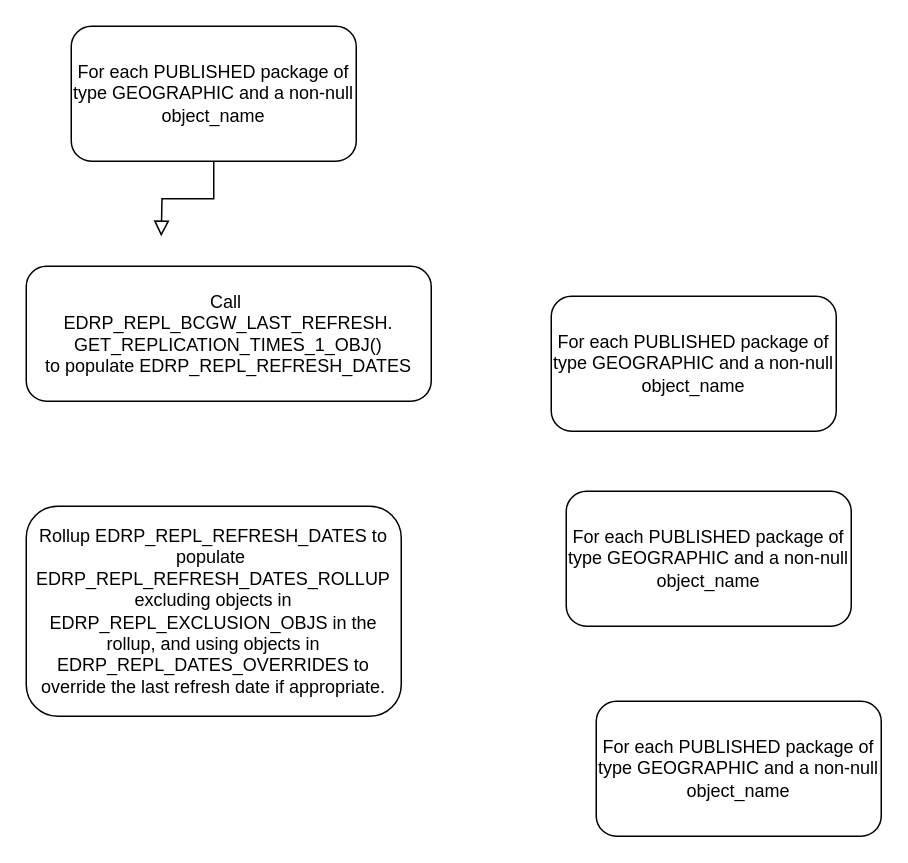
The draw.io diagram Processing Flow.drawio in mdunhamwilkie/bcgw-last-refresh-date, before the edit. Source tidied: cells renumbered, new cells numbered last; positions are measured from the earlier drawing's top-left corner, leaving out a move shared by most shapes. Both pictures are drawn from the tidied source at 150%, with x=0, y=0 at pixel (26, 26).
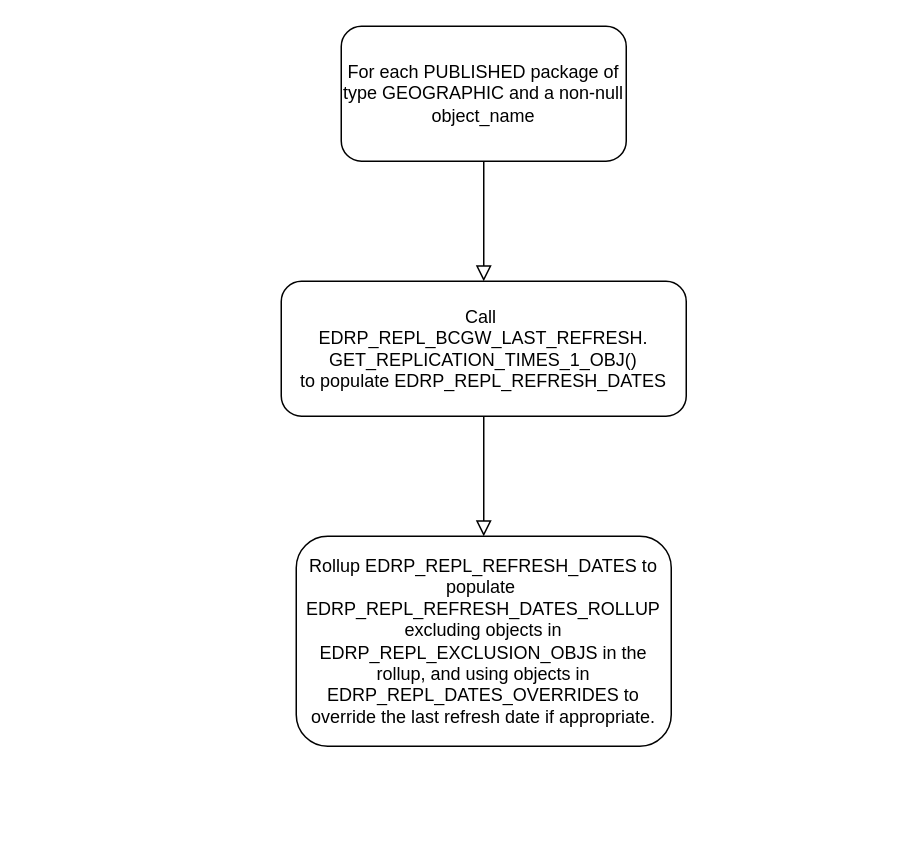
The same page after the edit.

Change to the diagram source:
```diff
@@
 <mxGraphModel>
   <root>
     <mxCell id="0" />
     <mxCell id="1" parent="0" />
-    <mxCell id="2" style="rounded=0;html=1;jettySize=auto;fontSize=11;endArrow=block;endFill=0;endSize=8;strokeWidth=1;shadow=0;labelBackgroundColor=none;edgeStyle=orthogonalEdgeStyle;" parent="1" edge="1" source="3">
-      <mxGeometry relative="1" as="geometry">
-        <mxPoint x="90" y="140" as="targetPoint" />
-      </mxGeometry>
+    <mxCell id="2" style="rounded=0;html=1;jettySize=auto;fontSize=11;endArrow=block;endFill=0;endSize=8;strokeWidth=1;shadow=0;labelBackgroundColor=none;edgeStyle=orthogonalEdgeStyle;entryX=0.5;entryY=0;entryDx=0;entryDy=0;" parent="1" edge="1" source="3" target="8">
+      <mxGeometry relative="1" as="geometry" />
     </mxCell>
     <mxCell id="3" value="For each PUBLISHED package of type GEOGRAPHIC and a non-null object_name" style="rounded=1;whiteSpace=wrap;html=1;fontSize=12;glass=0;strokeWidth=1;shadow=0;" parent="1" vertex="1">
-      <mxGeometry x="30" width="190" height="90" as="geometry" />
+      <mxGeometry x="210" width="190" height="90" as="geometry" />
     </mxCell>
-    <mxCell id="4" value="For each PUBLISHED package of type GEOGRAPHIC and a non-null object_name" style="rounded=1;whiteSpace=wrap;html=1;fontSize=12;glass=0;strokeWidth=1;shadow=0;" parent="1" vertex="1">
-      <mxGeometry x="380" y="450" width="190" height="90" as="geometry" />
-    </mxCell>
     <mxCell id="5" value="Rollup EDRP_REPL_REFRESH_DATES to populate&amp;nbsp;&lt;br&gt;EDRP_REPL_REFRESH_DATES_ROLLUP&lt;br&gt;excluding objects in EDRP_REPL_EXCLUSION_OBJS in the rollup, and using objects in EDRP_REPL_DATES_OVERRIDES to override the last refresh date if appropriate." style="rounded=1;whiteSpace=wrap;html=1;fontSize=12;glass=0;strokeWidth=1;shadow=0;" parent="1" vertex="1">
-      <mxGeometry y="320" width="250" height="140" as="geometry" />
+      <mxGeometry x="180" y="340" width="250" height="140" as="geometry" />
     </mxCell>
-    <mxCell id="6" value="For each PUBLISHED package of type GEOGRAPHIC and a non-null object_name" style="rounded=1;whiteSpace=wrap;html=1;fontSize=12;glass=0;strokeWidth=1;shadow=0;" parent="1" vertex="1">
-      <mxGeometry x="360" y="310" width="190" height="90" as="geometry" />
-    </mxCell>
-    <mxCell id="7" value="For each PUBLISHED package of type GEOGRAPHIC and a non-null object_name" style="rounded=1;whiteSpace=wrap;html=1;fontSize=12;glass=0;strokeWidth=1;shadow=0;" parent="1" vertex="1">
-      <mxGeometry x="350" y="180" width="190" height="90" as="geometry" />
-    </mxCell>
+    <mxCell id="9" style="edgeStyle=orthogonalEdgeStyle;rounded=0;jettySize=auto;html=1;exitX=0.5;exitY=1;exitDx=0;exitDy=0;entryX=0.5;entryY=0;entryDx=0;entryDy=0;endArrow=block;endFill=0;endSize=8;" parent="1" edge="1" source="8" target="5">
+      <mxGeometry relative="1" as="geometry" />
+    </mxCell>
     <mxCell id="8" value="Call&amp;nbsp;&lt;br&gt;EDRP_REPL_BCGW_LAST_REFRESH.&lt;br&gt;GET_REPLICATION_TIMES_1_OBJ()&lt;br&gt;to populate EDRP_REPL_REFRESH_DATES&lt;br&gt;" style="rounded=1;whiteSpace=wrap;html=1;fontSize=12;glass=0;strokeWidth=1;shadow=0;" parent="1" vertex="1">
-      <mxGeometry y="160" width="270" height="90" as="geometry" />
+      <mxGeometry x="170" y="170" width="270" height="90" as="geometry" />
     </mxCell>
   </root>
 </mxGraphModel>
```
